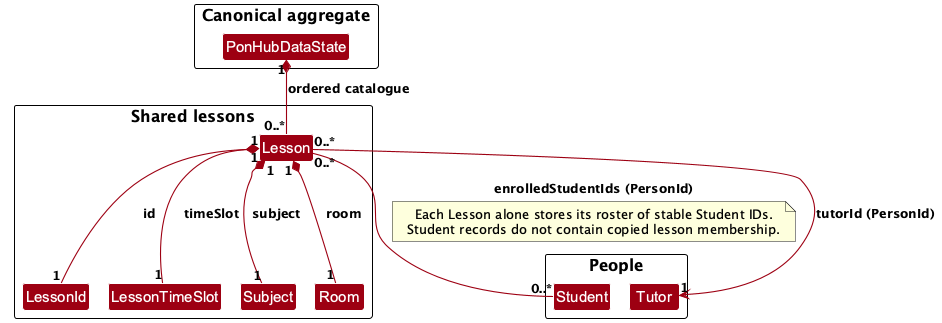
AY2627S1-CS2103T-F13-3/tp keeps this PlantUML diagram as docs/images/LessonMembershipClassDiagram.png. Above is the earlier version.
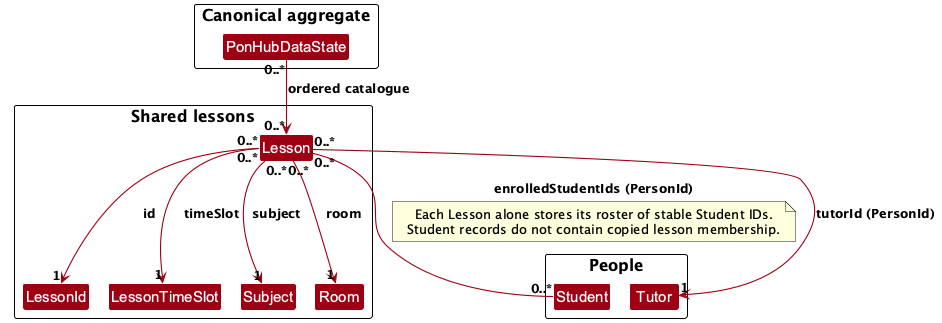
After the commit.

Diff of the diagram source:
```diff
@@ -26,11 +26,11 @@
     class Room
 }
 
-PonHubDataState "1" *-- "0..*" Lesson : ordered catalogue
-Lesson "1" *-- "1" LessonId : id
-Lesson "1" *-- "1" LessonTimeSlot : timeSlot
-Lesson "1" *-- "1" Subject : subject
-Lesson "1" *-- "1" Room : room
+PonHubDataState "0..*" --> "0..*" Lesson : ordered catalogue
+Lesson "0..*" --> "1" LessonId : id
+Lesson "0..*" --> "1" LessonTimeSlot : timeSlot
+Lesson "0..*" --> "1" Subject : subject
+Lesson "0..*" --> "1" Room : room
 Lesson "0..*" --> "1" Tutor : tutorId (PersonId)
 Lesson "0..*" -- "0..*" Student : enrolledStudentIds (PersonId)
 
```
